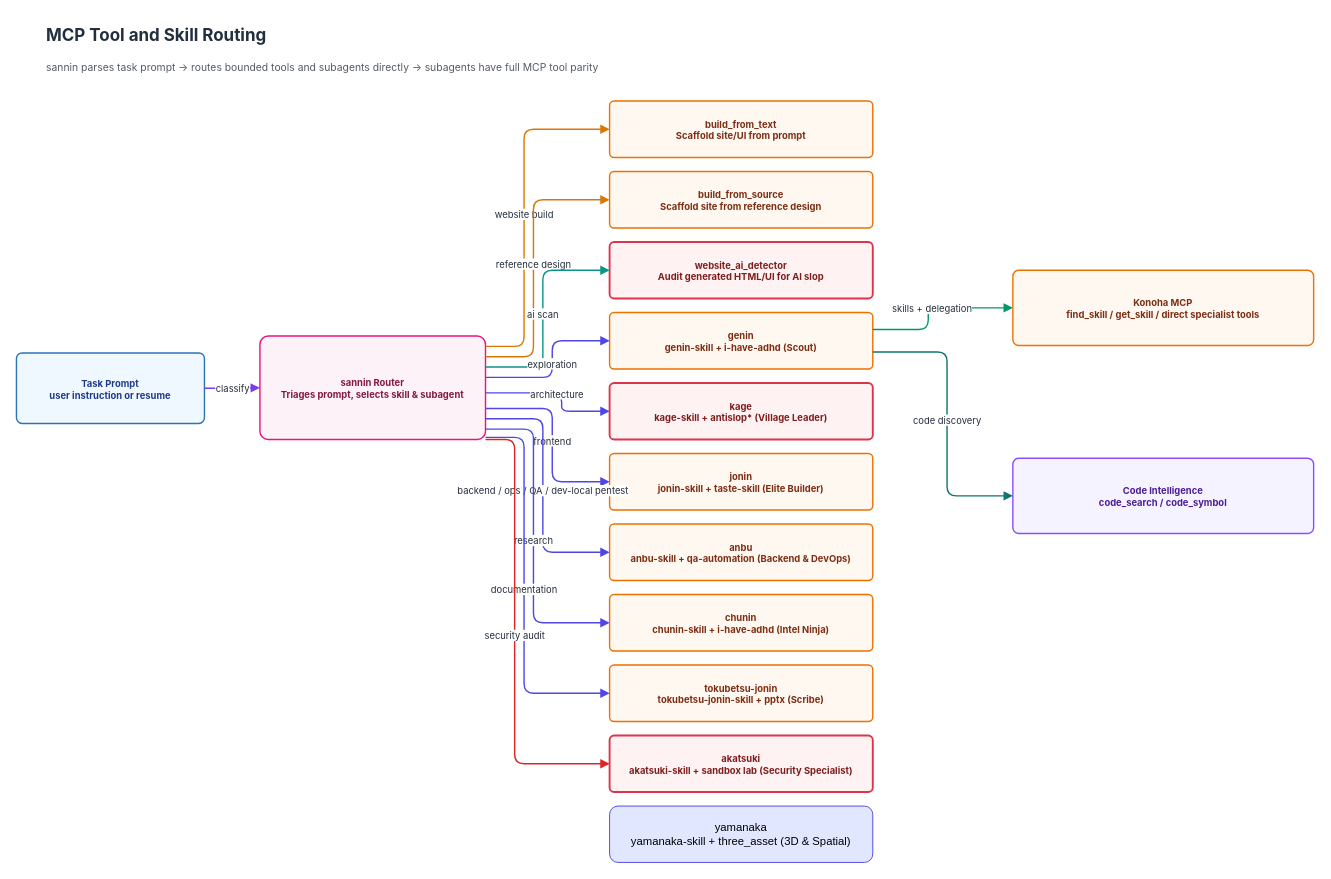
This is page "03 MCP Tool and Skill Routing" (3 of 18) of docs/diagrams/konoha-infrastructure-architecture.drawio from andycungkrinx91/konoha, a draw.io file, before an edit. Source tidied: cells renumbered, new cells numbered last; positions are measured from the earlier drawing's top-left corner, leaving out a move shared by most shapes. Both pictures are drawn from the tidied source at 94%, with x=0, y=0 at pixel (16, 16).
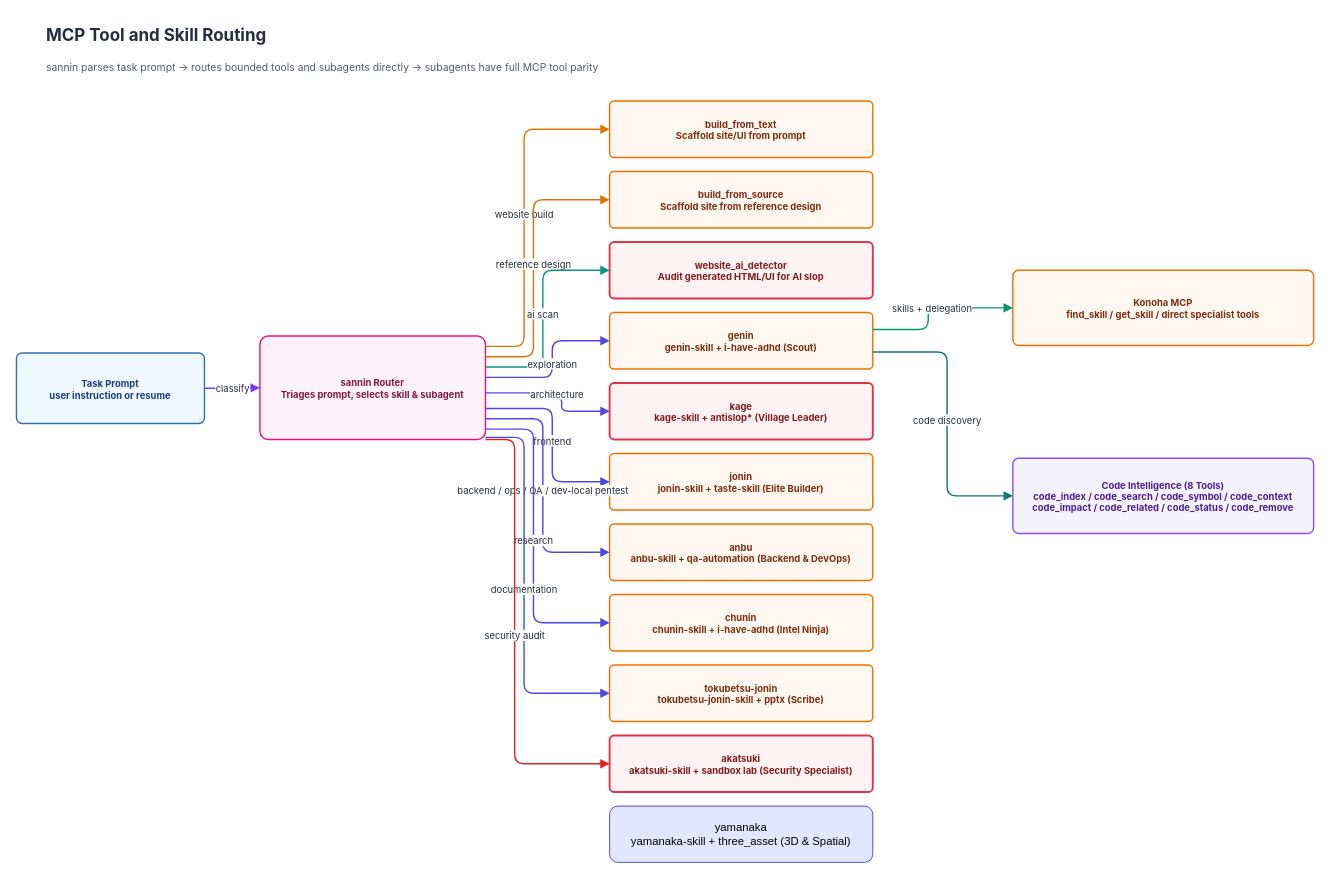
Above is the later version.

Change to the diagram source:
```diff
@@
-    <mxCell id="18" value="Code Intelligence&#10;code_search / code_symbol" style="rounded=1;arcSize=8;html=1;whiteSpace=wrap;fillColor=#F5F3FF;strokeColor=#8C4FFF;strokeWidth=1.5;fontFamily=Inter, system-ui, -apple-system;fontSize=10;fontColor=#4C1D95;fontStyle=1;shadow=0;" parent="1" vertex="1">
+    <mxCell id="18" value="Code Intelligence (8 Tools)&#10;code_index / code_search / code_symbol / code_context&#10;code_impact / code_related / code_status / code_remove" style="rounded=1;arcSize=8;html=1;whiteSpace=wrap;fillColor=#F5F3FF;strokeColor=#8C4FFF;strokeWidth=1.5;fontFamily=Inter, system-ui, -apple-system;fontSize=10;fontColor=#4C1D95;fontStyle=1;shadow=0;" parent="1" vertex="1">
       <mxGeometry x="1060" y="470" width="320" height="80" as="geometry" />
     </mxCell>
```
